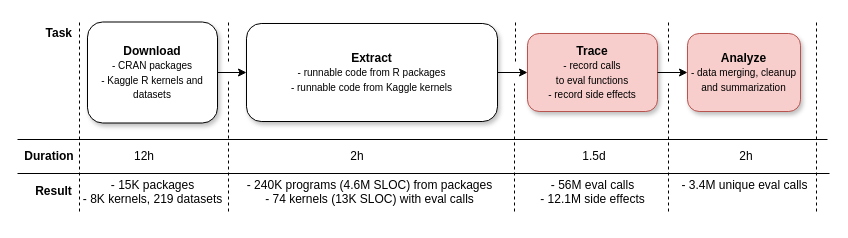
Before: paper/img/pipeline.drawio in aviralg/revalstudy, a draw.io diagram. Source tidied: cells renumbered, new cells numbered last; positions are measured from the earlier drawing's top-left corner, leaving out a move shared by most shapes. Both pictures are drawn from the tidied source at 100%, with x=0, y=0 at pixel (17, 21).
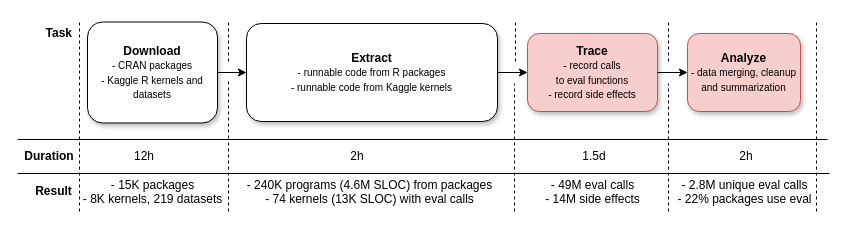
The same page after the edit.

Commit message (it also covers changes not shown here):
Update pipeline figure data

What changed in the source:
```diff
@@
-    <mxCell id="27" value="&lt;div align=&quot;center&quot;&gt;&lt;span&gt;- 56M eval calls&lt;/span&gt;&lt;/div&gt;&lt;div align=&quot;center&quot;&gt;&lt;span&gt;- 12.1M side effects&lt;/span&gt;&lt;/div&gt;" style="text;html=1;align=center;" parent="1" vertex="1">
+    <mxCell id="27" value="&lt;div align=&quot;center&quot;&gt;&lt;span&gt;- 49M eval calls&lt;/span&gt;&lt;/div&gt;&lt;div align=&quot;center&quot;&gt;&lt;span&gt;- 14M side effects&lt;/span&gt;&lt;/div&gt;" style="text;html=1;align=center;" parent="1" vertex="1">
       <mxGeometry x="510" y="150" width="130" height="40" as="geometry" />
     </mxCell>
@@
-    <mxCell id="29" value="&lt;div align=&quot;center&quot;&gt;&lt;span&gt;- 3.4M unique eval calls&lt;/span&gt;&lt;br&gt;&lt;/div&gt;" style="text;html=1;align=center;" parent="1" vertex="1">
+    <mxCell id="29" value="&lt;div align=&quot;center&quot;&gt;&lt;span&gt;- 2.8M unique eval calls&lt;/span&gt;&lt;br&gt;&lt;/div&gt;&lt;div align=&quot;center&quot;&gt;&lt;span&gt;- 22% packages use eval&lt;/span&gt;&lt;/div&gt;&lt;div align=&quot;center&quot;&gt;&lt;br&gt;&lt;/div&gt;" style="text;html=1;align=center;" parent="1" vertex="1">
       <mxGeometry x="661.5" y="150" width="130" height="40" as="geometry" />
     </mxCell>
```
